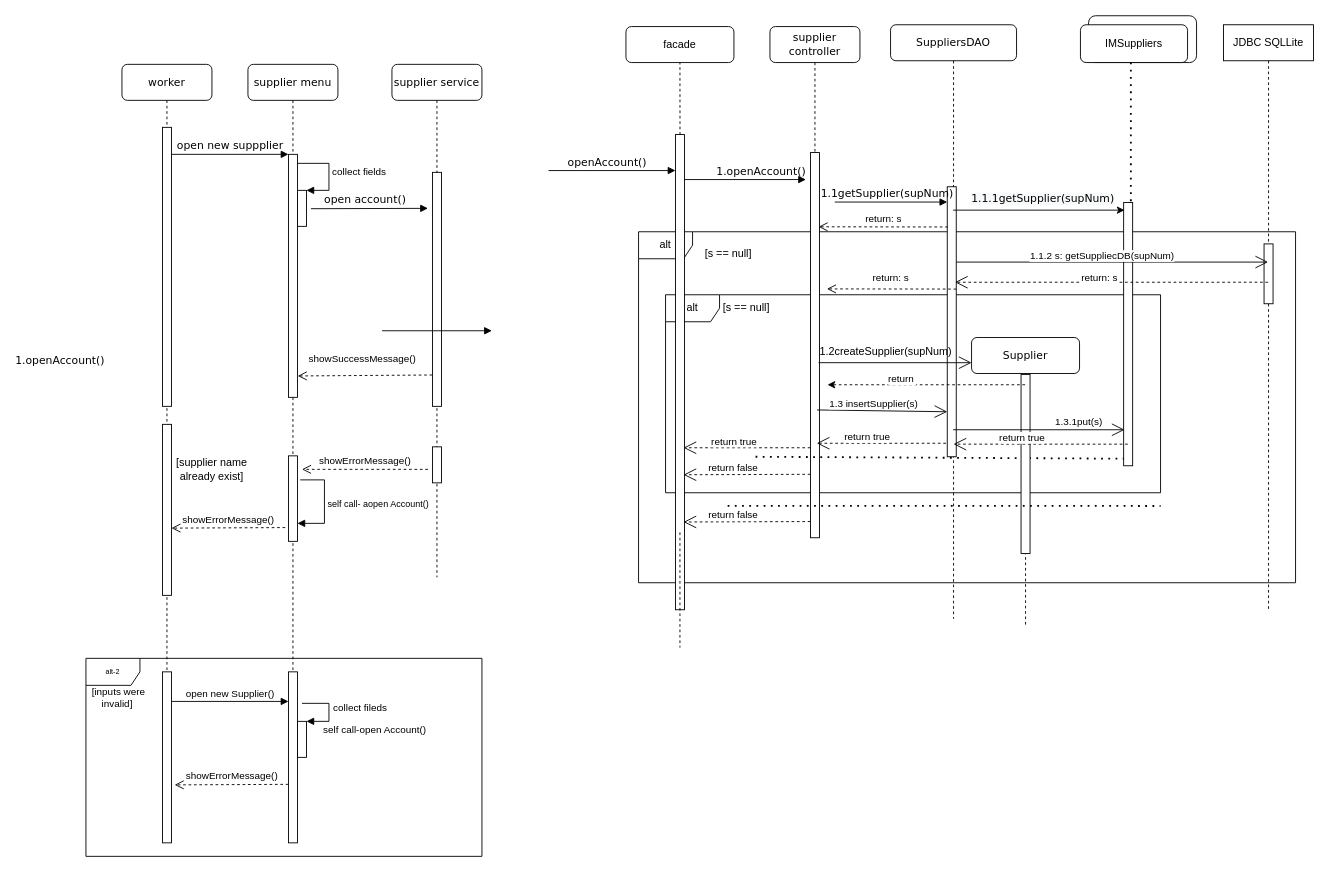
Naveavra/Market keeps this draw.io diagram as page "Page-1" (1 of 2) of docs/use case diagram/sequence diagram scenario d.drawio. Above is the earlier version. Source tidied: cells renumbered, new cells numbered last; positions are measured from the earlier drawing's top-left corner, leaving out a move shared by most shapes. Both pictures are drawn from the tidied source at 90%, with x=0, y=0 at pixel (80, 15).
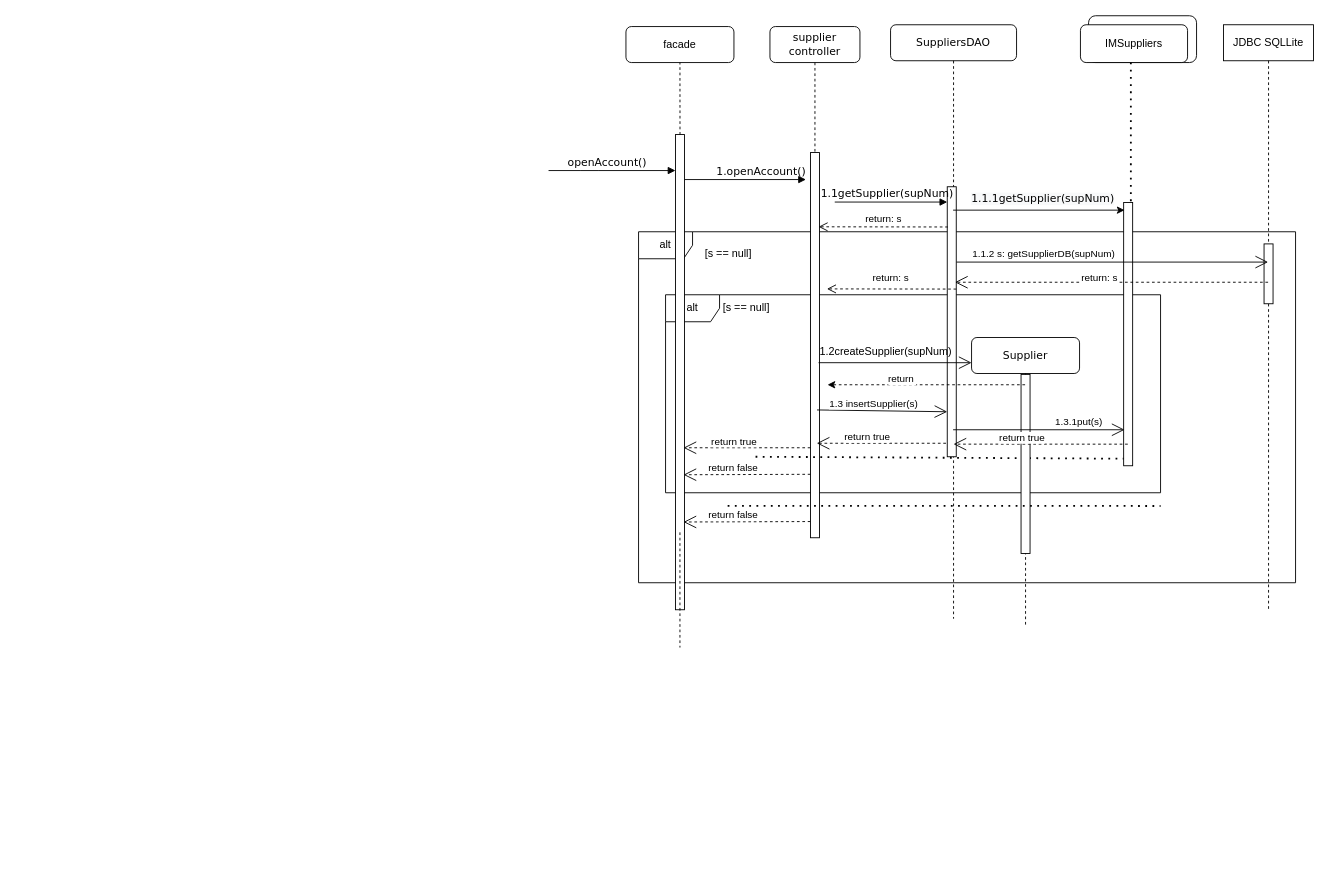
Above is the later version.

Unchanged cells that the change refers to:
```xml
<mxCell id="76" style="endArrow=open;endFill=1;endSize=12;html=1;rounded=0;exitX=1.02;exitY=0.279;exitDx=0;exitDy=0;exitPerimeter=0;" parent="1" edge="1" source="26" target="74">
  <mxGeometry relative="1" as="geometry" />
</mxCell>
```

Change to the diagram source:
```diff
@@
-    <mxCell id="5" value="[supplier name already exist]" style="text;html=1;strokeColor=none;fillColor=none;align=center;verticalAlign=middle;whiteSpace=wrap;rounded=0;" parent="1" vertex="1">
-      <mxGeometry x="86" y="489" width="120" height="30" as="geometry" />
-    </mxCell>
-    <mxCell id="6" value="alt-2" style="shape=umlFrame;whiteSpace=wrap;html=1;fontSize=8;" parent="1" vertex="1">
-      <mxGeometry x="6" y="714" width="440" height="220" as="geometry" />
-    </mxCell>
@@
-    <mxCell id="11" value="supplier menu" style="shape=umlLifeline;perimeter=lifelinePerimeter;whiteSpace=wrap;html=1;rounded=1;shadow=0;comic=0;labelBackgroundColor=none;strokeWidth=1;fontFamily=Verdana;fontSize=12;align=center;" parent="1" vertex="1">
-      <mxGeometry x="186" y="54" width="100" height="790" as="geometry" />
-    </mxCell>
-    <mxCell id="12" style="html=1;points=[];perimeter=orthogonalPerimeter;rounded=0;shadow=0;comic=0;labelBackgroundColor=none;strokeWidth=1;fontFamily=Verdana;fontSize=12;align=center;" parent="11" vertex="1">
-      <mxGeometry x="45" y="100" width="10" height="270" as="geometry" />
-    </mxCell>
-    <mxCell id="13" style="html=1;points=[];perimeter=orthogonalPerimeter;" parent="11" vertex="1">
-      <mxGeometry x="55" y="140" width="10" height="40" as="geometry" />
-    </mxCell>
-    <mxCell id="14" value="collect fields" style="edgeStyle=orthogonalEdgeStyle;html=1;align=left;spacingLeft=2;endArrow=block;rounded=0;entryX=1;entryY=0;" parent="11" edge="1" source="12" target="13">
-      <mxGeometry relative="1" as="geometry">
-        <Array as="points">
-          <mxPoint x="90" y="110" />
-          <mxPoint x="90" y="140" />
-        </Array>
-      </mxGeometry>
-    </mxCell>
-    <mxCell id="15" style="html=1;points=[];perimeter=orthogonalPerimeter;rounded=0;shadow=0;comic=0;labelBackgroundColor=none;strokeWidth=1;fontFamily=Verdana;fontSize=12;align=center;" parent="11" vertex="1">
-      <mxGeometry x="45" y="435" width="10" height="95" as="geometry" />
-    </mxCell>
-    <mxCell id="16" value="&lt;font style=&quot;font-size: 10px;&quot;&gt;self call- aopen Account()&lt;/font&gt;" style="edgeStyle=orthogonalEdgeStyle;html=1;align=left;spacingLeft=2;endArrow=block;rounded=0;exitX=1.311;exitY=0.281;exitDx=0;exitDy=0;exitPerimeter=0;" parent="11" edge="1" source="15" target="15">
-      <mxGeometry relative="1" as="geometry">
-        <Array as="points">
-          <mxPoint x="85" y="462" />
-          <mxPoint x="85" y="510" />
-        </Array>
-      </mxGeometry>
-    </mxCell>
-    <mxCell id="17" style="html=1;points=[];perimeter=orthogonalPerimeter;fontSize=11;" parent="11" vertex="1">
-      <mxGeometry x="55" y="730" width="10" height="40" as="geometry" />
-    </mxCell>
-    <mxCell id="18" value="self call-open Account()" style="edgeStyle=orthogonalEdgeStyle;html=1;align=left;spacingLeft=2;endArrow=block;rounded=0;entryX=1;entryY=0;fontSize=11;" parent="11" edge="1" target="17">
-      <mxGeometry x="0.6" y="10" relative="1" as="geometry">
-        <mxPoint x="60" y="710" as="sourcePoint" />
-        <Array as="points">
-          <mxPoint x="90" y="710" />
-        </Array>
-      </mxGeometry>
-    </mxCell>
-    <mxCell id="19" value="showErrorMessage()" style="html=1;verticalAlign=bottom;endArrow=open;dashed=1;endSize=8;rounded=0;fontSize=11;entryX=1.356;entryY=0.661;entryDx=0;entryDy=0;entryPerimeter=0;" parent="11" edge="1" target="39">
-      <mxGeometry relative="1" as="geometry">
-        <mxPoint x="45" y="800" as="sourcePoint" />
-      </mxGeometry>
-    </mxCell>
-    <mxCell id="20" value="supplier service" style="shape=umlLifeline;perimeter=lifelinePerimeter;whiteSpace=wrap;html=1;rounded=1;shadow=0;comic=0;labelBackgroundColor=none;strokeWidth=1;fontFamily=Verdana;fontSize=12;align=center;" parent="1" vertex="1">
-      <mxGeometry x="346" y="54" width="100" height="570" as="geometry" />
-    </mxCell>
-    <mxCell id="21" style="html=1;points=[];perimeter=orthogonalPerimeter;rounded=0;shadow=0;comic=0;labelBackgroundColor=none;strokeWidth=1;fontFamily=Verdana;fontSize=12;align=center;" parent="20" vertex="1">
-      <mxGeometry x="45" y="120" width="10" height="260" as="geometry" />
-    </mxCell>
-    <mxCell id="22" style="html=1;perimeter=orthogonalPerimeter;rounded=0;shadow=0;comic=0;labelBackgroundColor=none;strokeWidth=1;fontFamily=Verdana;fontSize=12;align=center;" parent="20" vertex="1">
-      <mxGeometry x="45" y="425" width="10" height="40" as="geometry" />
-    </mxCell>
-    <mxCell id="23" value="showErrorMessage()" style="html=1;verticalAlign=bottom;endArrow=open;dashed=1;endSize=8;rounded=0;" parent="20" edge="1">
-      <mxGeometry relative="1" as="geometry">
-        <mxPoint x="40" y="450" as="sourcePoint" />
-        <mxPoint x="-100" y="450" as="targetPoint" />
-      </mxGeometry>
-    </mxCell>
-    <mxCell id="24" value="1.openAccount()" style="html=1;verticalAlign=bottom;endArrow=block;labelBackgroundColor=none;fontFamily=Verdana;fontSize=12;edgeStyle=elbowEdgeStyle;elbow=vertical;" parent="20" edge="1">
-      <mxGeometry x="-1" y="-360" relative="1" as="geometry">
-        <mxPoint x="-11" y="296" as="sourcePoint" />
-        <mxPoint x="111" y="296" as="targetPoint" />
-        <Array as="points">
-          <mxPoint x="-11" y="296" />
-        </Array>
-        <mxPoint x="-358" y="-318" as="offset" />
-      </mxGeometry>
-    </mxCell>
@@
-    <mxCell id="30" value="worker" style="shape=umlLifeline;perimeter=lifelinePerimeter;whiteSpace=wrap;html=1;rounded=1;shadow=0;comic=0;labelBackgroundColor=none;strokeWidth=1;fontFamily=Verdana;fontSize=12;align=center;" parent="1" vertex="1">
-      <mxGeometry x="46" y="54" width="100" height="790" as="geometry" />
-    </mxCell>
-    <mxCell id="31" style="html=1;points=[];perimeter=orthogonalPerimeter;rounded=0;shadow=0;comic=0;labelBackgroundColor=none;strokeWidth=1;fontFamily=Verdana;fontSize=12;align=center;" parent="30" vertex="1">
-      <mxGeometry x="45" y="70" width="10" height="310" as="geometry" />
-    </mxCell>
-    <mxCell id="32" style="html=1;perimeter=orthogonalPerimeter;rounded=0;shadow=0;comic=0;labelBackgroundColor=none;strokeWidth=1;fontFamily=Verdana;fontSize=12;align=center;" parent="30" vertex="1">
-      <mxGeometry x="45" y="400" width="10" height="190" as="geometry" />
-    </mxCell>
-    <mxCell id="33" value="showErrorMessage()" style="html=1;verticalAlign=bottom;endArrow=open;dashed=1;endSize=8;rounded=0;fontSize=11;entryX=1.356;entryY=0.661;entryDx=0;entryDy=0;entryPerimeter=0;" parent="30" edge="1">
-      <mxGeometry relative="1" as="geometry">
-        <mxPoint x="181.4" y="514.7" as="sourcePoint" />
-        <mxPoint x="55" y="515.3" as="targetPoint" />
-      </mxGeometry>
-    </mxCell>
-    <mxCell id="34" value="[inputs were invalid]&amp;nbsp;" style="text;html=1;strokeColor=none;fillColor=none;align=center;verticalAlign=middle;whiteSpace=wrap;rounded=0;fontSize=11;" parent="30" vertex="1">
-      <mxGeometry x="-46" y="694" width="85" height="20" as="geometry" />
-    </mxCell>
-    <mxCell id="35" value="open new suppplier" style="html=1;verticalAlign=bottom;endArrow=block;entryX=0;entryY=0;labelBackgroundColor=none;fontFamily=Verdana;fontSize=12;edgeStyle=elbowEdgeStyle;elbow=vertical;" parent="1" edge="1" source="31" target="12">
-      <mxGeometry relative="1" as="geometry" />
-    </mxCell>
-    <mxCell id="36" value="open account()" style="html=1;verticalAlign=bottom;endArrow=block;entryX=0;entryY=0;labelBackgroundColor=none;fontFamily=Verdana;fontSize=12;edgeStyle=elbowEdgeStyle;elbow=vertical;" parent="1" edge="1">
-      <mxGeometry x="-0.08" relative="1" as="geometry">
-        <mxPoint x="256" y="214.4" as="sourcePoint" />
-        <mxPoint x="386" y="214" as="targetPoint" />
-      </mxGeometry>
-    </mxCell>
@@
-    <mxCell id="38" value="showSuccessMessage()" style="html=1;verticalAlign=bottom;endArrow=open;dashed=1;endSize=8;rounded=0;entryX=1.033;entryY=0.912;entryDx=0;entryDy=0;entryPerimeter=0;exitX=-0.022;exitY=0.866;exitDx=0;exitDy=0;exitPerimeter=0;" parent="1" edge="1" source="21" target="12">
-      <mxGeometry x="0.05" y="-10" relative="1" as="geometry" />
-    </mxCell>
-    <mxCell id="39" style="html=1;points=[];perimeter=orthogonalPerimeter;rounded=0;shadow=0;comic=0;labelBackgroundColor=none;strokeWidth=1;fontFamily=Verdana;fontSize=12;align=center;" parent="1" vertex="1">
-      <mxGeometry x="91" y="729" width="10" height="190" as="geometry" />
-    </mxCell>
-    <mxCell id="40" style="html=1;points=[];perimeter=orthogonalPerimeter;rounded=0;shadow=0;comic=0;labelBackgroundColor=none;strokeWidth=1;fontFamily=Verdana;fontSize=12;align=center;" parent="1" vertex="1">
-      <mxGeometry x="231" y="729" width="10" height="190" as="geometry" />
-    </mxCell>
-    <mxCell id="41" value="&lt;font style=&quot;font-size: 11px&quot;&gt;open new Supplier()&lt;/font&gt;" style="html=1;verticalAlign=bottom;endArrow=block;rounded=0;fontSize=8;exitX=1.065;exitY=0.173;exitDx=0;exitDy=0;exitPerimeter=0;" parent="1" edge="1" source="39" target="40">
-      <mxGeometry x="-0.01" relative="1" as="geometry" />
-    </mxCell>
-    <mxCell id="42" value="collect fileds" style="text;html=1;strokeColor=none;fillColor=none;align=center;verticalAlign=middle;whiteSpace=wrap;rounded=0;fontSize=11;" parent="1" vertex="1">
-      <mxGeometry x="266" y="754" width="90" height="30" as="geometry" />
-    </mxCell>
@@
-    <mxCell id="77" value="&lt;span style=&quot;text-align: left;&quot;&gt;1.1.2 s: getSuppliecDB(supNum)&lt;/span&gt;" style="edgeLabel;html=1;align=center;verticalAlign=middle;" parent="76" vertex="1">
-      <mxGeometry x="-0.07" y="7" relative="1" as="geometry" />
+    <mxCell id="77" value="&lt;span style=&quot;text-align: left;&quot;&gt;1.1.2 s: getSupplierDB(supNum)&lt;/span&gt;" style="edgeLabel;html=1;align=center;verticalAlign=middle;" parent="76" vertex="1">
+      <mxGeometry x="-0.07" y="7" relative="1" as="geometry">
+        <mxPoint x="-65" y="-2" as="offset" />
+      </mxGeometry>
     </mxCell>
```
